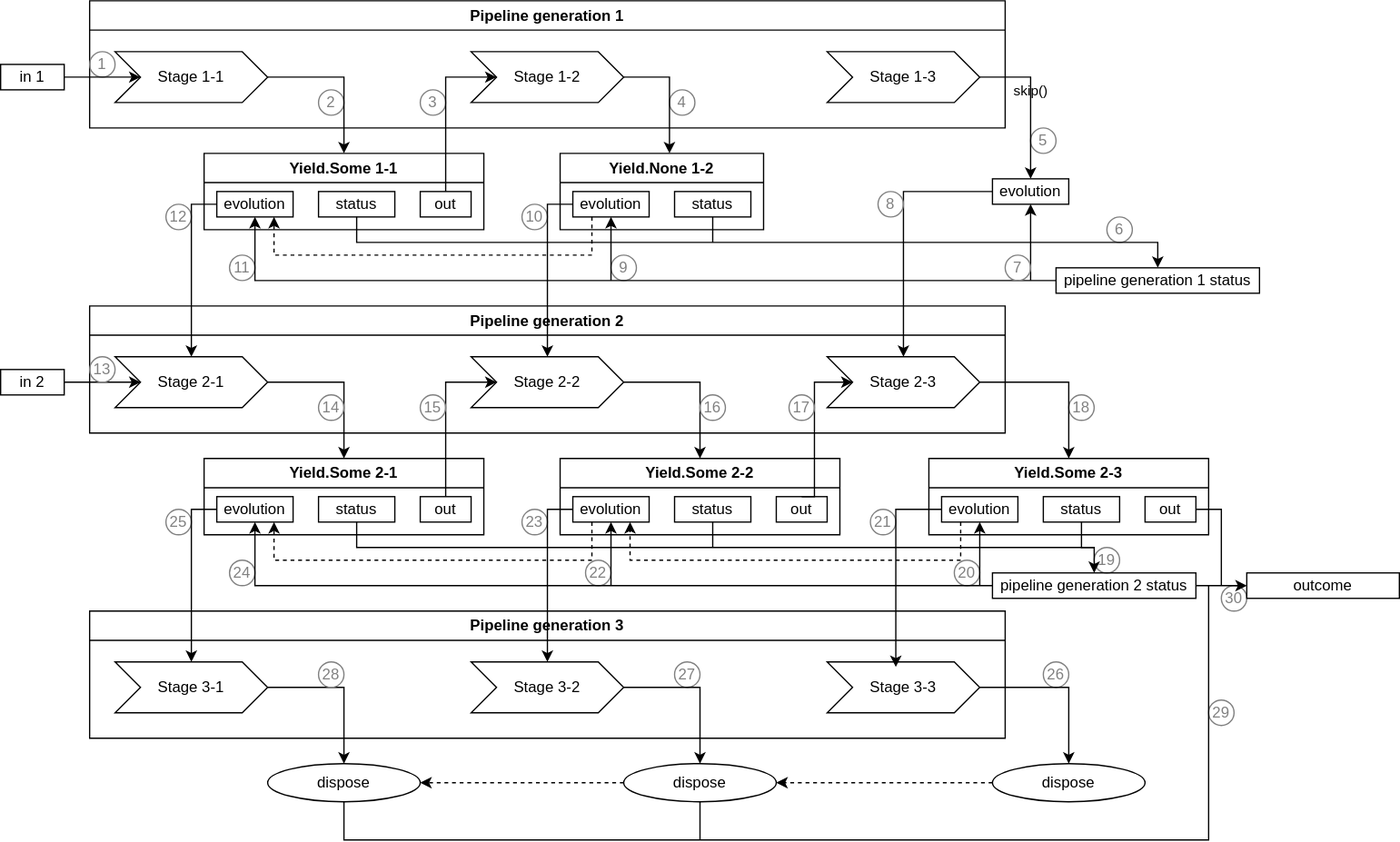
The draw.io diagram docs/MainFlow.svg in h8io/stages, before a commit. Source tidied: cells renumbered, new cells last; positions are measured from the earlier drawing's top-left corner, leaving out a move shared by most shapes.
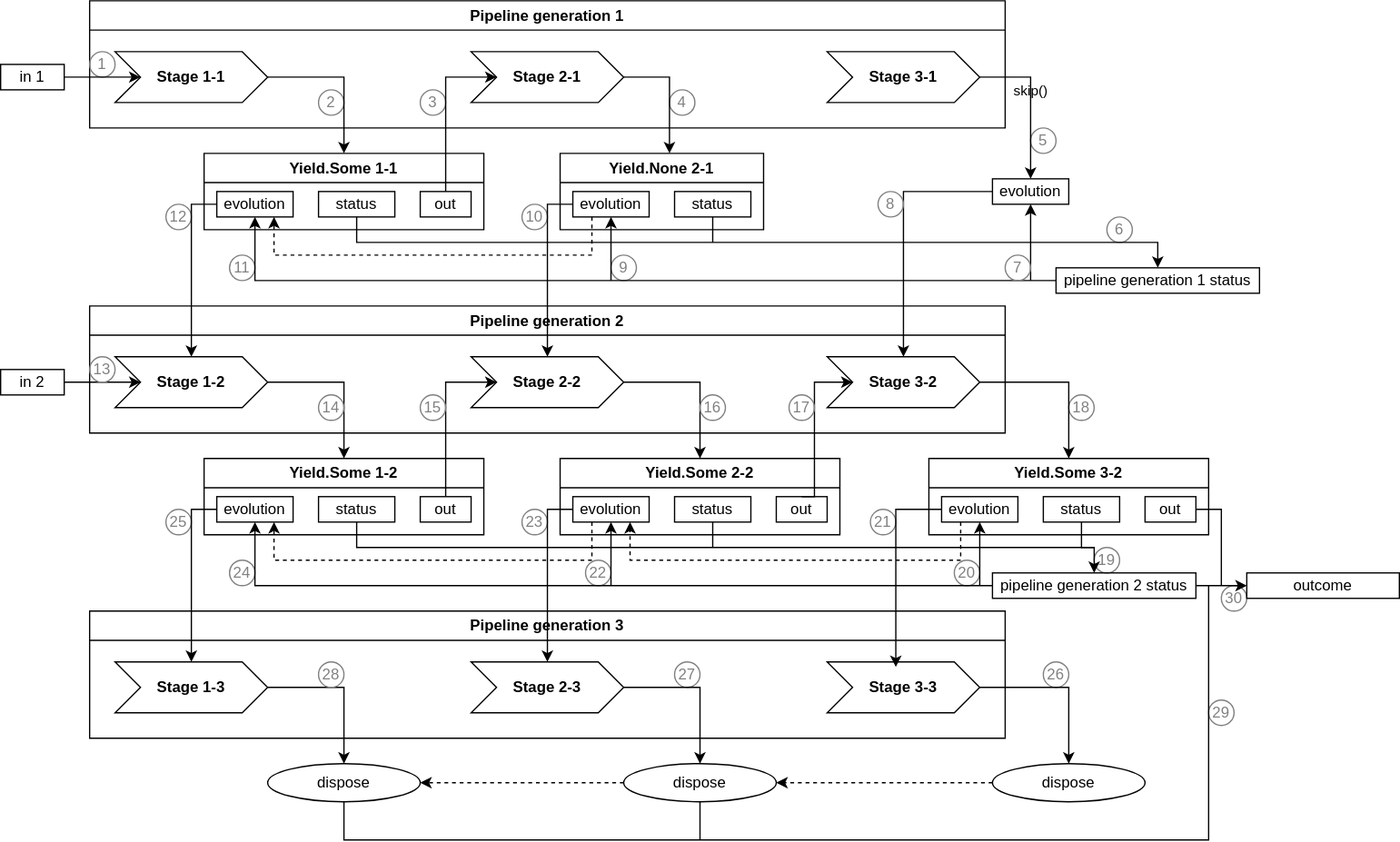
Above is the later version.

Commit message:
Diagram steps numeration

The edit, as a diff of the source:
```diff
@@ -38,13 +38,13 @@
     <mxCell id="13" value="Pipeline generation 1" style="swimlane;whiteSpace=wrap;html=1;rounded=0;labelBackgroundColor=none;fontFamily=Helvetica;spacingTop=0;horizontal=1;fillColor=none;" parent="1" vertex="1">
       <mxGeometry x="70" width="720" height="100" as="geometry" />
     </mxCell>
-    <mxCell id="14" value="Stage 1-1" style="shape=step;perimeter=stepPerimeter;whiteSpace=wrap;html=1;fixedSize=1;rounded=0;labelBackgroundColor=none;fontFamily=Helvetica;spacingTop=0;horizontal=1;fillColor=none;" parent="13" vertex="1">
+    <mxCell id="14" value="Stage 1-1" style="shape=step;perimeter=stepPerimeter;whiteSpace=wrap;html=1;fixedSize=1;rounded=0;labelBackgroundColor=none;fontFamily=Helvetica;spacingTop=0;horizontal=1;fillColor=none;fontStyle=1;" parent="13" vertex="1">
       <mxGeometry x="20" y="40" width="120" height="40" as="geometry" />
     </mxCell>
-    <mxCell id="15" value="Stage 1-2" style="shape=step;perimeter=stepPerimeter;whiteSpace=wrap;html=1;fixedSize=1;rounded=0;labelBackgroundColor=none;fontFamily=Helvetica;spacingTop=0;horizontal=1;fillColor=none;" parent="13" vertex="1">
+    <mxCell id="15" value="Stage 2-1" style="shape=step;perimeter=stepPerimeter;whiteSpace=wrap;html=1;fixedSize=1;rounded=0;labelBackgroundColor=none;fontFamily=Helvetica;spacingTop=0;horizontal=1;fillColor=none;fontStyle=1;" parent="13" vertex="1">
       <mxGeometry x="300" y="40" width="120" height="40" as="geometry" />
     </mxCell>
-    <mxCell id="16" value="Stage 1-3" style="shape=step;perimeter=stepPerimeter;whiteSpace=wrap;html=1;fixedSize=1;rounded=0;labelBackgroundColor=none;fontFamily=Helvetica;spacingTop=0;horizontal=1;fillColor=none;" parent="13" vertex="1">
+    <mxCell id="16" value="Stage 3-1" style="shape=step;perimeter=stepPerimeter;whiteSpace=wrap;html=1;fixedSize=1;rounded=0;labelBackgroundColor=none;fontFamily=Helvetica;spacingTop=0;horizontal=1;fillColor=none;fontStyle=1;" parent="13" vertex="1">
       <mxGeometry x="580" y="40" width="120" height="40" as="geometry" />
     </mxCell>
     <mxCell id="17" value="1" style="ellipse;whiteSpace=wrap;html=1;strokeWidth=1;labelBackgroundColor=none;rounded=0;fillColor=none;strokeColor=#808080;fontColor=light-dark(#808080,#808080);" parent="13" vertex="1">
@@ -109,7 +109,7 @@
     <mxCell id="35" style="edgeStyle=orthogonalEdgeStyle;rounded=0;jettySize=auto;html=1;exitX=0;exitY=0.5;exitDx=0;exitDy=0;entryX=0.5;entryY=0;entryDx=0;entryDy=0;labelBackgroundColor=none;fontColor=default;fontFamily=Helvetica;spacingTop=0;horizontal=1;" parent="1" edge="1" source="24" target="101">
       <mxGeometry relative="1" as="geometry" />
     </mxCell>
-    <mxCell id="36" value="Yield.None 1-2" style="swimlane;whiteSpace=wrap;html=1;rounded=0;labelBackgroundColor=none;fontFamily=Helvetica;spacingTop=0;horizontal=1;fillColor=none;" parent="1" vertex="1">
+    <mxCell id="36" value="Yield.None 2-1" style="swimlane;whiteSpace=wrap;html=1;rounded=0;labelBackgroundColor=none;fontFamily=Helvetica;spacingTop=0;horizontal=1;fillColor=none;" parent="1" vertex="1">
       <mxGeometry x="440" y="120" width="160" height="60" as="geometry" />
     </mxCell>
     <mxCell id="37" style="edgeStyle=orthogonalEdgeStyle;rounded=0;jettySize=auto;html=1;exitX=0.5;exitY=1;exitDx=0;exitDy=0;endArrow=none;endFill=0;labelBackgroundColor=none;fontColor=default;fontFamily=Helvetica;spacingTop=0;horizontal=1;" parent="36" edge="1" source="38">
@@ -160,7 +160,7 @@
         </Array>
       </mxGeometry>
     </mxCell>
-    <mxCell id="47" value="Yield.Some 2-1" style="swimlane;whiteSpace=wrap;html=1;rounded=0;labelBackgroundColor=none;fontFamily=Helvetica;spacingTop=0;horizontal=1;fillColor=none;" parent="1" vertex="1">
+    <mxCell id="47" value="Yield.Some 1-2" style="swimlane;whiteSpace=wrap;html=1;rounded=0;labelBackgroundColor=none;fontFamily=Helvetica;spacingTop=0;horizontal=1;fillColor=none;" parent="1" vertex="1">
       <mxGeometry x="160" y="360" width="220" height="60" as="geometry" />
     </mxCell>
     <mxCell id="48" value="out" style="rounded=0;whiteSpace=wrap;html=1;labelBackgroundColor=none;fontFamily=Helvetica;spacingTop=0;horizontal=1;fillColor=none;" parent="47" vertex="1">
@@ -206,7 +206,7 @@
     <mxCell id="59" value="evolution" style="rounded=0;whiteSpace=wrap;html=1;labelBackgroundColor=none;fontFamily=Helvetica;spacingTop=0;horizontal=1;fillColor=none;" parent="54" vertex="1">
       <mxGeometry x="10" y="30" width="60" height="20" as="geometry" />
     </mxCell>
-    <mxCell id="60" value="Yield.Some 2-3" style="swimlane;whiteSpace=wrap;html=1;rounded=0;labelBackgroundColor=none;fontFamily=Helvetica;spacingTop=0;horizontal=1;fillColor=none;" parent="1" vertex="1">
+    <mxCell id="60" value="Yield.Some 3-2" style="swimlane;whiteSpace=wrap;html=1;rounded=0;labelBackgroundColor=none;fontFamily=Helvetica;spacingTop=0;horizontal=1;fillColor=none;" parent="1" vertex="1">
       <mxGeometry x="730" y="360" width="220" height="60" as="geometry" />
     </mxCell>
     <mxCell id="61" style="edgeStyle=orthogonalEdgeStyle;rounded=0;jettySize=auto;html=1;exitX=1;exitY=0.5;exitDx=0;exitDy=0;endArrow=none;endFill=0;labelBackgroundColor=none;fontColor=default;fontFamily=Helvetica;spacingTop=0;horizontal=1;" parent="60" edge="1" source="62">
@@ -385,13 +385,13 @@
     <mxCell id="100" value="Pipeline generation 2" style="swimlane;whiteSpace=wrap;html=1;rounded=0;labelBackgroundColor=none;fontFamily=Helvetica;spacingTop=0;horizontal=1;labelBorderColor=none;textShadow=0;fillColor=none;" parent="1" vertex="1">
       <mxGeometry x="70" y="240" width="720" height="100" as="geometry" />
     </mxCell>
-    <mxCell id="101" value="Stage 2&lt;span style=&quot;color: light-dark(rgb(0, 0, 0), rgb(255, 255, 255));&quot;&gt;-1&lt;/span&gt;" style="shape=step;perimeter=stepPerimeter;whiteSpace=wrap;html=1;fixedSize=1;rounded=0;labelBackgroundColor=none;fontFamily=Helvetica;spacingTop=0;horizontal=1;fillColor=none;" parent="100" vertex="1">
+    <mxCell id="101" value="Stage 1&lt;span style=&quot;color: light-dark(rgb(0, 0, 0), rgb(255, 255, 255));&quot;&gt;-2&lt;/span&gt;" style="shape=step;perimeter=stepPerimeter;whiteSpace=wrap;html=1;fixedSize=1;rounded=0;labelBackgroundColor=none;fontFamily=Helvetica;spacingTop=0;horizontal=1;fillColor=none;fontStyle=1;" parent="100" vertex="1">
       <mxGeometry x="20" y="40" width="120" height="40" as="geometry" />
     </mxCell>
-    <mxCell id="102" value="Stage 2-2" style="shape=step;perimeter=stepPerimeter;whiteSpace=wrap;html=1;fixedSize=1;rounded=0;labelBackgroundColor=none;fontFamily=Helvetica;spacingTop=0;horizontal=1;fillColor=none;" parent="100" vertex="1">
+    <mxCell id="102" value="Stage 2-2" style="shape=step;perimeter=stepPerimeter;whiteSpace=wrap;html=1;fixedSize=1;rounded=0;labelBackgroundColor=none;fontFamily=Helvetica;spacingTop=0;horizontal=1;fillColor=none;fontStyle=1;" parent="100" vertex="1">
       <mxGeometry x="300" y="40" width="120" height="40" as="geometry" />
     </mxCell>
-    <mxCell id="103" value="Stage 2-3" style="shape=step;perimeter=stepPerimeter;whiteSpace=wrap;html=1;fixedSize=1;rounded=0;labelBackgroundColor=none;fontFamily=Helvetica;spacingTop=0;horizontal=1;fillColor=none;" parent="100" vertex="1">
+    <mxCell id="103" value="Stage 3-2" style="shape=step;perimeter=stepPerimeter;whiteSpace=wrap;html=1;fixedSize=1;rounded=0;labelBackgroundColor=none;fontFamily=Helvetica;spacingTop=0;horizontal=1;fillColor=none;fontStyle=1;" parent="100" vertex="1">
       <mxGeometry x="580" y="40" width="120" height="40" as="geometry" />
     </mxCell>
     <mxCell id="104" value="13" style="ellipse;whiteSpace=wrap;html=1;labelBackgroundColor=none;rounded=0;fillColor=none;strokeColor=#808080;fontColor=light-dark(#808080,#808080);" parent="100" vertex="1">
@@ -415,13 +415,13 @@
     <mxCell id="110" value="28" style="ellipse;whiteSpace=wrap;html=1;labelBackgroundColor=none;rounded=0;fillColor=none;strokeColor=#808080;fontColor=light-dark(#808080,#808080);" parent="109" vertex="1">
       <mxGeometry x="180" y="40" width="20" height="20" as="geometry" />
     </mxCell>
-    <mxCell id="111" value="Stage 3-1" style="shape=step;perimeter=stepPerimeter;whiteSpace=wrap;html=1;fixedSize=1;rounded=0;labelBackgroundColor=none;fontFamily=Helvetica;spacingTop=0;horizontal=1;fillColor=none;" parent="109" vertex="1">
+    <mxCell id="111" value="Stage 1-3" style="shape=step;perimeter=stepPerimeter;whiteSpace=wrap;html=1;fixedSize=1;rounded=0;labelBackgroundColor=none;fontFamily=Helvetica;spacingTop=0;horizontal=1;fillColor=none;fontStyle=1;" parent="109" vertex="1">
       <mxGeometry x="20" y="40" width="120" height="40" as="geometry" />
     </mxCell>
-    <mxCell id="112" value="Stage 3-2" style="shape=step;perimeter=stepPerimeter;whiteSpace=wrap;html=1;fixedSize=1;rounded=0;labelBackgroundColor=none;fontFamily=Helvetica;spacingTop=0;horizontal=1;fillColor=none;" parent="109" vertex="1">
+    <mxCell id="112" value="Stage 2-3" style="shape=step;perimeter=stepPerimeter;whiteSpace=wrap;html=1;fixedSize=1;rounded=0;labelBackgroundColor=none;fontFamily=Helvetica;spacingTop=0;horizontal=1;fillColor=none;fontStyle=1;" parent="109" vertex="1">
       <mxGeometry x="300" y="40" width="120" height="40" as="geometry" />
     </mxCell>
-    <mxCell id="113" value="Stage 3-3" style="shape=step;perimeter=stepPerimeter;whiteSpace=wrap;html=1;fixedSize=1;rounded=0;labelBackgroundColor=none;fontFamily=Helvetica;spacingTop=0;horizontal=1;fillColor=none;" parent="109" vertex="1">
+    <mxCell id="113" value="Stage 3-3" style="shape=step;perimeter=stepPerimeter;whiteSpace=wrap;html=1;fixedSize=1;rounded=0;labelBackgroundColor=none;fontFamily=Helvetica;spacingTop=0;horizontal=1;fillColor=none;fontStyle=1;" parent="109" vertex="1">
       <mxGeometry x="580" y="40" width="120" height="40" as="geometry" />
     </mxCell>
     <mxCell id="114" style="edgeStyle=orthogonalEdgeStyle;rounded=0;jettySize=auto;html=1;exitX=0;exitY=0.5;exitDx=0;exitDy=0;entryX=0.5;entryY=0;entryDx=0;entryDy=0;" parent="1" edge="1" source="115" target="103">
```
